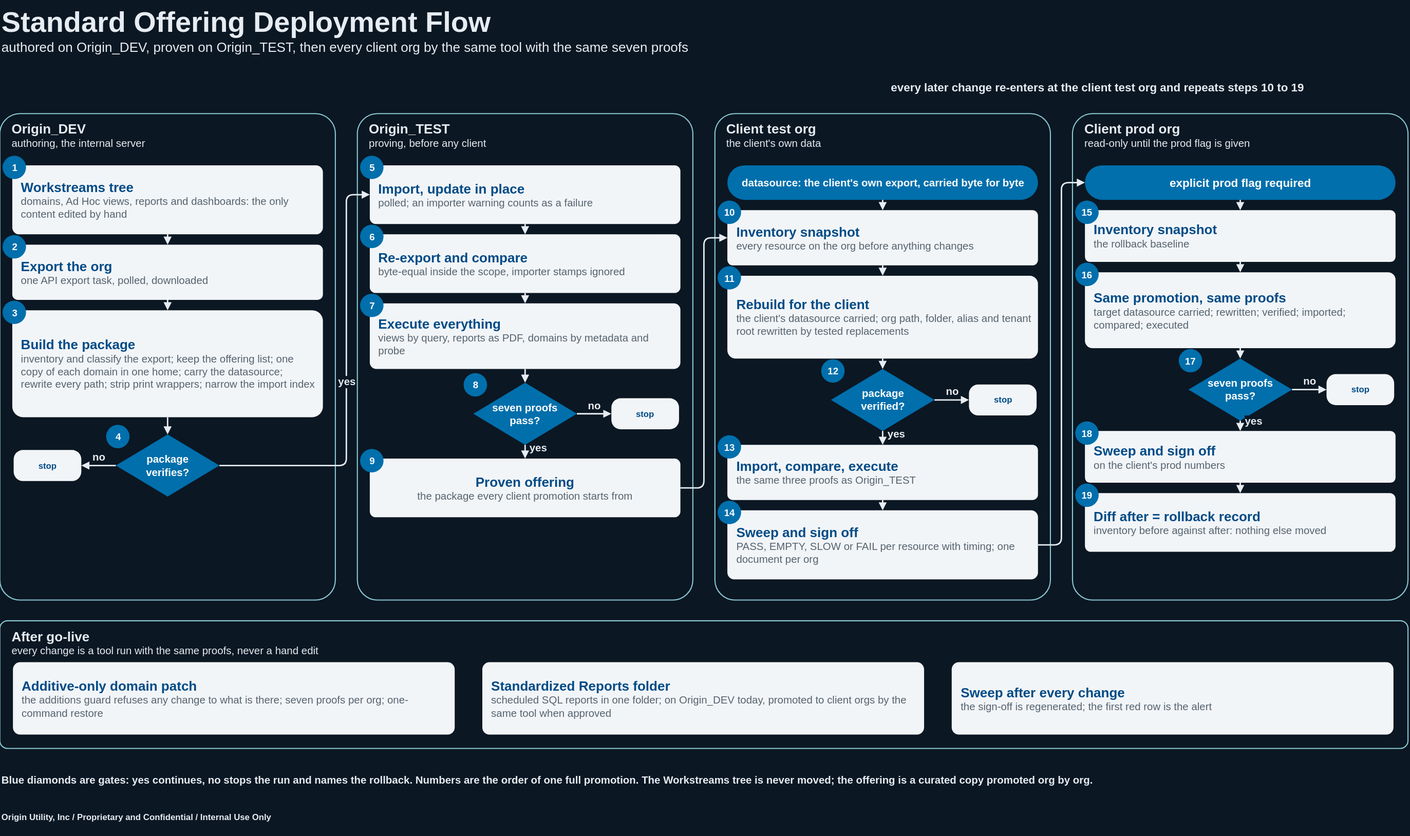
This is jaspersoft/docs/deployment_deck/visuals/standard_offering_deployment_flow.drawio.svg from chasepowers59/OriginBA, a draw.io export, as it was before one commit. Source tidied: cells renumbered, new cells last; positions are measured from the earlier drawing's top-left corner, leaving out a move shared by most shapes.
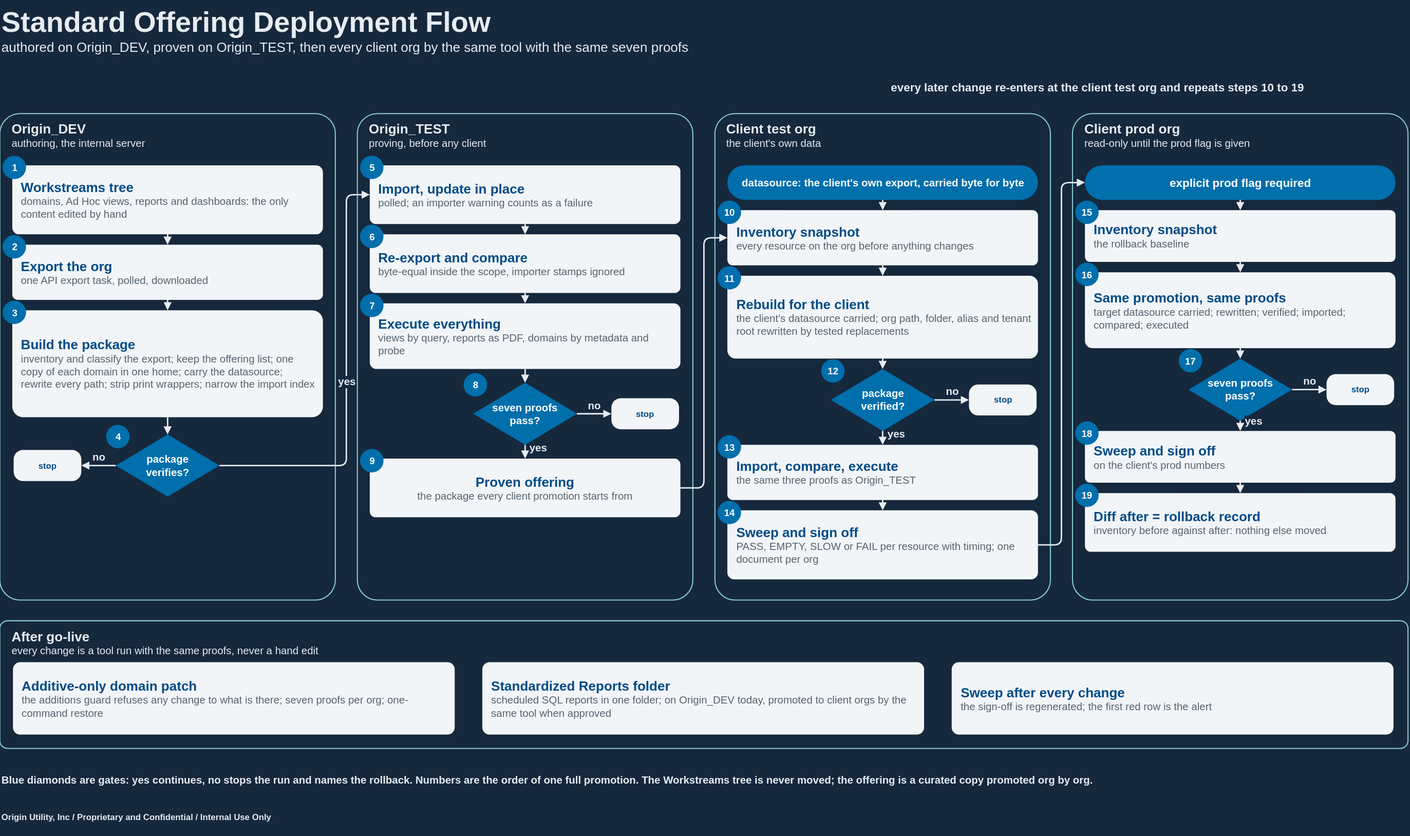
The same diagram one commit later.

Diff of the diagram source:
```diff
@@ -1,2 +1,2 @@
-<mxGraphModel background="#0B1723">
+<mxGraphModel background="#16283C">
   <root>
@@ -46,12 +46,12 @@
     </mxCell>
-    <mxCell id="16" style="html=1;whiteSpace=nowrap;fontFamily=Arial;edgeStyle=orthogonalEdgeStyle;rounded=1;strokeColor=#E6ECF2;strokeWidth=2;endArrow=block;endFill=1;fontColor=#E6ECF2;fontSize=14.6;fontStyle=1;labelBackgroundColor=#0B1723;" parent="6" edge="1" source="7" target="9">
+    <mxCell id="16" style="html=1;whiteSpace=nowrap;fontFamily=Arial;edgeStyle=orthogonalEdgeStyle;rounded=1;strokeColor=#E6ECF2;strokeWidth=2;endArrow=block;endFill=1;fontColor=#E6ECF2;fontSize=14.6;fontStyle=1;labelBackgroundColor=#16283C;" parent="6" edge="1" source="7" target="9">
       <mxGeometry relative="1" as="geometry" />
     </mxCell>
-    <mxCell id="17" style="html=1;whiteSpace=nowrap;fontFamily=Arial;edgeStyle=orthogonalEdgeStyle;rounded=1;strokeColor=#E6ECF2;strokeWidth=2;endArrow=block;endFill=1;fontColor=#E6ECF2;fontSize=14.6;fontStyle=1;labelBackgroundColor=#0B1723;" parent="6" edge="1" source="9" target="11">
+    <mxCell id="17" style="html=1;whiteSpace=nowrap;fontFamily=Arial;edgeStyle=orthogonalEdgeStyle;rounded=1;strokeColor=#E6ECF2;strokeWidth=2;endArrow=block;endFill=1;fontColor=#E6ECF2;fontSize=14.6;fontStyle=1;labelBackgroundColor=#16283C;" parent="6" edge="1" source="9" target="11">
       <mxGeometry relative="1" as="geometry" />
     </mxCell>
-    <mxCell id="18" style="html=1;whiteSpace=nowrap;fontFamily=Arial;edgeStyle=orthogonalEdgeStyle;rounded=1;strokeColor=#E6ECF2;strokeWidth=2;endArrow=block;endFill=1;fontColor=#E6ECF2;fontSize=14.6;fontStyle=1;labelBackgroundColor=#0B1723;" parent="6" edge="1" source="11" target="13">
+    <mxCell id="18" style="html=1;whiteSpace=nowrap;fontFamily=Arial;edgeStyle=orthogonalEdgeStyle;rounded=1;strokeColor=#E6ECF2;strokeWidth=2;endArrow=block;endFill=1;fontColor=#E6ECF2;fontSize=14.6;fontStyle=1;labelBackgroundColor=#16283C;" parent="6" edge="1" source="11" target="13">
       <mxGeometry relative="1" as="geometry" />
     </mxCell>
-    <mxCell id="19" value="no" style="html=1;whiteSpace=nowrap;fontFamily=Arial;edgeStyle=orthogonalEdgeStyle;rounded=1;strokeColor=#E6ECF2;strokeWidth=2;endArrow=block;endFill=1;fontColor=#E6ECF2;fontSize=14.6;fontStyle=1;labelBackgroundColor=#0B1723;" parent="6" edge="1" source="13" target="15">
+    <mxCell id="19" value="no" style="html=1;whiteSpace=nowrap;fontFamily=Arial;edgeStyle=orthogonalEdgeStyle;rounded=1;strokeColor=#E6ECF2;strokeWidth=2;endArrow=block;endFill=1;fontColor=#E6ECF2;fontSize=14.6;fontStyle=1;labelBackgroundColor=#16283C;" parent="6" edge="1" source="13" target="15">
       <mxGeometry relative="1" as="geometry">
@@ -96,12 +96,12 @@
     </mxCell>
-    <mxCell id="32" style="html=1;whiteSpace=nowrap;fontFamily=Arial;edgeStyle=orthogonalEdgeStyle;rounded=1;strokeColor=#E6ECF2;strokeWidth=2;endArrow=block;endFill=1;fontColor=#E6ECF2;fontSize=14.6;fontStyle=1;labelBackgroundColor=#0B1723;" parent="20" edge="1" source="21" target="23">
+    <mxCell id="32" style="html=1;whiteSpace=nowrap;fontFamily=Arial;edgeStyle=orthogonalEdgeStyle;rounded=1;strokeColor=#E6ECF2;strokeWidth=2;endArrow=block;endFill=1;fontColor=#E6ECF2;fontSize=14.6;fontStyle=1;labelBackgroundColor=#16283C;" parent="20" edge="1" source="21" target="23">
       <mxGeometry relative="1" as="geometry" />
     </mxCell>
-    <mxCell id="33" style="html=1;whiteSpace=nowrap;fontFamily=Arial;edgeStyle=orthogonalEdgeStyle;rounded=1;strokeColor=#E6ECF2;strokeWidth=2;endArrow=block;endFill=1;fontColor=#E6ECF2;fontSize=14.6;fontStyle=1;labelBackgroundColor=#0B1723;" parent="20" edge="1" source="23" target="25">
+    <mxCell id="33" style="html=1;whiteSpace=nowrap;fontFamily=Arial;edgeStyle=orthogonalEdgeStyle;rounded=1;strokeColor=#E6ECF2;strokeWidth=2;endArrow=block;endFill=1;fontColor=#E6ECF2;fontSize=14.6;fontStyle=1;labelBackgroundColor=#16283C;" parent="20" edge="1" source="23" target="25">
       <mxGeometry relative="1" as="geometry" />
     </mxCell>
-    <mxCell id="34" style="html=1;whiteSpace=nowrap;fontFamily=Arial;edgeStyle=orthogonalEdgeStyle;rounded=1;strokeColor=#E6ECF2;strokeWidth=2;endArrow=block;endFill=1;fontColor=#E6ECF2;fontSize=14.6;fontStyle=1;labelBackgroundColor=#0B1723;" parent="20" edge="1" source="25" target="27">
+    <mxCell id="34" style="html=1;whiteSpace=nowrap;fontFamily=Arial;edgeStyle=orthogonalEdgeStyle;rounded=1;strokeColor=#E6ECF2;strokeWidth=2;endArrow=block;endFill=1;fontColor=#E6ECF2;fontSize=14.6;fontStyle=1;labelBackgroundColor=#16283C;" parent="20" edge="1" source="25" target="27">
       <mxGeometry relative="1" as="geometry" />
     </mxCell>
-    <mxCell id="35" value="no" style="html=1;whiteSpace=nowrap;fontFamily=Arial;edgeStyle=orthogonalEdgeStyle;rounded=1;strokeColor=#E6ECF2;strokeWidth=2;endArrow=block;endFill=1;fontColor=#E6ECF2;fontSize=14.6;fontStyle=1;labelBackgroundColor=#0B1723;" parent="20" edge="1" source="27" target="29">
+    <mxCell id="35" value="no" style="html=1;whiteSpace=nowrap;fontFamily=Arial;edgeStyle=orthogonalEdgeStyle;rounded=1;strokeColor=#E6ECF2;strokeWidth=2;endArrow=block;endFill=1;fontColor=#E6ECF2;fontSize=14.6;fontStyle=1;labelBackgroundColor=#16283C;" parent="20" edge="1" source="27" target="29">
       <mxGeometry relative="1" as="geometry">
@@ -110,3 +110,3 @@
     </mxCell>
-    <mxCell id="36" value="yes" style="html=1;whiteSpace=nowrap;fontFamily=Arial;edgeStyle=orthogonalEdgeStyle;rounded=1;strokeColor=#E6ECF2;strokeWidth=2;endArrow=block;endFill=1;fontColor=#E6ECF2;fontSize=14.6;fontStyle=1;labelBackgroundColor=#0B1723;" parent="20" edge="1" source="27" target="30">
+    <mxCell id="36" value="yes" style="html=1;whiteSpace=nowrap;fontFamily=Arial;edgeStyle=orthogonalEdgeStyle;rounded=1;strokeColor=#E6ECF2;strokeWidth=2;endArrow=block;endFill=1;fontColor=#E6ECF2;fontSize=14.6;fontStyle=1;labelBackgroundColor=#16283C;" parent="20" edge="1" source="27" target="30">
       <mxGeometry relative="1" as="geometry">
@@ -154,12 +154,12 @@
     </mxCell>
-    <mxCell id="50" style="html=1;whiteSpace=nowrap;fontFamily=Arial;edgeStyle=orthogonalEdgeStyle;rounded=1;strokeColor=#E6ECF2;strokeWidth=2;endArrow=block;endFill=1;fontColor=#E6ECF2;fontSize=14.6;fontStyle=1;labelBackgroundColor=#0B1723;" parent="37" edge="1" source="38" target="39">
+    <mxCell id="50" style="html=1;whiteSpace=nowrap;fontFamily=Arial;edgeStyle=orthogonalEdgeStyle;rounded=1;strokeColor=#E6ECF2;strokeWidth=2;endArrow=block;endFill=1;fontColor=#E6ECF2;fontSize=14.6;fontStyle=1;labelBackgroundColor=#16283C;" parent="37" edge="1" source="38" target="39">
       <mxGeometry relative="1" as="geometry" />
     </mxCell>
-    <mxCell id="51" style="html=1;whiteSpace=nowrap;fontFamily=Arial;edgeStyle=orthogonalEdgeStyle;rounded=1;strokeColor=#E6ECF2;strokeWidth=2;endArrow=block;endFill=1;fontColor=#E6ECF2;fontSize=14.6;fontStyle=1;labelBackgroundColor=#0B1723;" parent="37" edge="1" source="39" target="41">
+    <mxCell id="51" style="html=1;whiteSpace=nowrap;fontFamily=Arial;edgeStyle=orthogonalEdgeStyle;rounded=1;strokeColor=#E6ECF2;strokeWidth=2;endArrow=block;endFill=1;fontColor=#E6ECF2;fontSize=14.6;fontStyle=1;labelBackgroundColor=#16283C;" parent="37" edge="1" source="39" target="41">
       <mxGeometry relative="1" as="geometry" />
     </mxCell>
-    <mxCell id="52" style="html=1;whiteSpace=nowrap;fontFamily=Arial;edgeStyle=orthogonalEdgeStyle;rounded=1;strokeColor=#E6ECF2;strokeWidth=2;endArrow=block;endFill=1;fontColor=#E6ECF2;fontSize=14.6;fontStyle=1;labelBackgroundColor=#0B1723;" parent="37" edge="1" source="41" target="43">
+    <mxCell id="52" style="html=1;whiteSpace=nowrap;fontFamily=Arial;edgeStyle=orthogonalEdgeStyle;rounded=1;strokeColor=#E6ECF2;strokeWidth=2;endArrow=block;endFill=1;fontColor=#E6ECF2;fontSize=14.6;fontStyle=1;labelBackgroundColor=#16283C;" parent="37" edge="1" source="41" target="43">
       <mxGeometry relative="1" as="geometry" />
     </mxCell>
-    <mxCell id="53" value="no" style="html=1;whiteSpace=nowrap;fontFamily=Arial;edgeStyle=orthogonalEdgeStyle;rounded=1;strokeColor=#E6ECF2;strokeWidth=2;endArrow=block;endFill=1;fontColor=#E6ECF2;fontSize=14.6;fontStyle=1;labelBackgroundColor=#0B1723;" parent="37" edge="1" source="43" target="45">
+    <mxCell id="53" value="no" style="html=1;whiteSpace=nowrap;fontFamily=Arial;edgeStyle=orthogonalEdgeStyle;rounded=1;strokeColor=#E6ECF2;strokeWidth=2;endArrow=block;endFill=1;fontColor=#E6ECF2;fontSize=14.6;fontStyle=1;labelBackgroundColor=#16283C;" parent="37" edge="1" source="43" target="45">
       <mxGeometry relative="1" as="geometry">
@@ -168,3 +168,3 @@
     </mxCell>
-    <mxCell id="54" value="yes" style="html=1;whiteSpace=nowrap;fontFamily=Arial;edgeStyle=orthogonalEdgeStyle;rounded=1;strokeColor=#E6ECF2;strokeWidth=2;endArrow=block;endFill=1;fontColor=#E6ECF2;fontSize=14.6;fontStyle=1;labelBackgroundColor=#0B1723;" parent="37" edge="1" source="43" target="46">
+    <mxCell id="54" value="yes" style="html=1;whiteSpace=nowrap;fontFamily=Arial;edgeStyle=orthogonalEdgeStyle;rounded=1;strokeColor=#E6ECF2;strokeWidth=2;endArrow=block;endFill=1;fontColor=#E6ECF2;fontSize=14.6;fontStyle=1;labelBackgroundColor=#16283C;" parent="37" edge="1" source="43" target="46">
       <mxGeometry relative="1" as="geometry">
@@ -173,3 +173,3 @@
     </mxCell>
-    <mxCell id="55" style="html=1;whiteSpace=nowrap;fontFamily=Arial;edgeStyle=orthogonalEdgeStyle;rounded=1;strokeColor=#E6ECF2;strokeWidth=2;endArrow=block;endFill=1;fontColor=#E6ECF2;fontSize=14.6;fontStyle=1;labelBackgroundColor=#0B1723;" parent="37" edge="1" source="46" target="48">
+    <mxCell id="55" style="html=1;whiteSpace=nowrap;fontFamily=Arial;edgeStyle=orthogonalEdgeStyle;rounded=1;strokeColor=#E6ECF2;strokeWidth=2;endArrow=block;endFill=1;fontColor=#E6ECF2;fontSize=14.6;fontStyle=1;labelBackgroundColor=#16283C;" parent="37" edge="1" source="46" target="48">
       <mxGeometry relative="1" as="geometry" />
@@ -215,12 +215,12 @@
     </mxCell>
-    <mxCell id="69" style="html=1;whiteSpace=nowrap;fontFamily=Arial;edgeStyle=orthogonalEdgeStyle;rounded=1;strokeColor=#E6ECF2;strokeWidth=2;endArrow=block;endFill=1;fontColor=#E6ECF2;fontSize=14.6;fontStyle=1;labelBackgroundColor=#0B1723;" parent="56" edge="1" source="57" target="58">
+    <mxCell id="69" style="html=1;whiteSpace=nowrap;fontFamily=Arial;edgeStyle=orthogonalEdgeStyle;rounded=1;strokeColor=#E6ECF2;strokeWidth=2;endArrow=block;endFill=1;fontColor=#E6ECF2;fontSize=14.6;fontStyle=1;labelBackgroundColor=#16283C;" parent="56" edge="1" source="57" target="58">
       <mxGeometry relative="1" as="geometry" />
     </mxCell>
-    <mxCell id="70" style="html=1;whiteSpace=nowrap;fontFamily=Arial;edgeStyle=orthogonalEdgeStyle;rounded=1;strokeColor=#E6ECF2;strokeWidth=2;endArrow=block;endFill=1;fontColor=#E6ECF2;fontSize=14.6;fontStyle=1;labelBackgroundColor=#0B1723;" parent="56" edge="1" source="58" target="60">
+    <mxCell id="70" style="html=1;whiteSpace=nowrap;fontFamily=Arial;edgeStyle=orthogonalEdgeStyle;rounded=1;strokeColor=#E6ECF2;strokeWidth=2;endArrow=block;endFill=1;fontColor=#E6ECF2;fontSize=14.6;fontStyle=1;labelBackgroundColor=#16283C;" parent="56" edge="1" source="58" target="60">
       <mxGeometry relative="1" as="geometry" />
     </mxCell>
-    <mxCell id="71" style="html=1;whiteSpace=nowrap;fontFamily=Arial;edgeStyle=orthogonalEdgeStyle;rounded=1;strokeColor=#E6ECF2;strokeWidth=2;endArrow=block;endFill=1;fontColor=#E6ECF2;fontSize=14.6;fontStyle=1;labelBackgroundColor=#0B1723;" parent="56" edge="1" source="60" target="62">
+    <mxCell id="71" style="html=1;whiteSpace=nowrap;fontFamily=Arial;edgeStyle=orthogonalEdgeStyle;rounded=1;strokeColor=#E6ECF2;strokeWidth=2;endArrow=block;endFill=1;fontColor=#E6ECF2;fontSize=14.6;fontStyle=1;labelBackgroundColor=#16283C;" parent="56" edge="1" source="60" target="62">
       <mxGeometry relative="1" as="geometry" />
     </mxCell>
-    <mxCell id="72" value="no" style="html=1;whiteSpace=nowrap;fontFamily=Arial;edgeStyle=orthogonalEdgeStyle;rounded=1;strokeColor=#E6ECF2;strokeWidth=2;endArrow=block;endFill=1;fontColor=#E6ECF2;fontSize=14.6;fontStyle=1;labelBackgroundColor=#0B1723;" parent="56" edge="1" source="62" target="64">
+    <mxCell id="72" value="no" style="html=1;whiteSpace=nowrap;fontFamily=Arial;edgeStyle=orthogonalEdgeStyle;rounded=1;strokeColor=#E6ECF2;strokeWidth=2;endArrow=block;endFill=1;fontColor=#E6ECF2;fontSize=14.6;fontStyle=1;labelBackgroundColor=#16283C;" parent="56" edge="1" source="62" target="64">
       <mxGeometry relative="1" as="geometry">
@@ -229,3 +229,3 @@
     </mxCell>
-    <mxCell id="73" value="yes" style="html=1;whiteSpace=nowrap;fontFamily=Arial;edgeStyle=orthogonalEdgeStyle;rounded=1;strokeColor=#E6ECF2;strokeWidth=2;endArrow=block;endFill=1;fontColor=#E6ECF2;fontSize=14.6;fontStyle=1;labelBackgroundColor=#0B1723;" parent="56" edge="1" source="62" target="65">
+    <mxCell id="73" value="yes" style="html=1;whiteSpace=nowrap;fontFamily=Arial;edgeStyle=orthogonalEdgeStyle;rounded=1;strokeColor=#E6ECF2;strokeWidth=2;endArrow=block;endFill=1;fontColor=#E6ECF2;fontSize=14.6;fontStyle=1;labelBackgroundColor=#16283C;" parent="56" edge="1" source="62" target="65">
       <mxGeometry relative="1" as="geometry">
@@ -234,3 +234,3 @@
     </mxCell>
-    <mxCell id="74" style="html=1;whiteSpace=nowrap;fontFamily=Arial;edgeStyle=orthogonalEdgeStyle;rounded=1;strokeColor=#E6ECF2;strokeWidth=2;endArrow=block;endFill=1;fontColor=#E6ECF2;fontSize=14.6;fontStyle=1;labelBackgroundColor=#0B1723;" parent="56" edge="1" source="65" target="67">
+    <mxCell id="74" style="html=1;whiteSpace=nowrap;fontFamily=Arial;edgeStyle=orthogonalEdgeStyle;rounded=1;strokeColor=#E6ECF2;strokeWidth=2;endArrow=block;endFill=1;fontColor=#E6ECF2;fontSize=14.6;fontStyle=1;labelBackgroundColor=#16283C;" parent="56" edge="1" source="65" target="67">
       <mxGeometry relative="1" as="geometry" />
@@ -240,3 +240,3 @@
     </mxCell>
-    <mxCell id="76" value="yes" style="html=1;whiteSpace=nowrap;fontFamily=Arial;edgeStyle=orthogonalEdgeStyle;rounded=1;strokeColor=#E6ECF2;strokeWidth=2;endArrow=block;endFill=1;fontColor=#E6ECF2;fontSize=14.6;fontStyle=1;labelBackgroundColor=#0B1723;exitX=1;exitY=0.5;exitDx=0;exitDy=0;entryX=0;entryY=0.5;entryDx=0;entryDy=0;" parent="1" edge="1" source="13" target="21">
+    <mxCell id="76" value="yes" style="html=1;whiteSpace=nowrap;fontFamily=Arial;edgeStyle=orthogonalEdgeStyle;rounded=1;strokeColor=#E6ECF2;strokeWidth=2;endArrow=block;endFill=1;fontColor=#E6ECF2;fontSize=14.6;fontStyle=1;labelBackgroundColor=#16283C;exitX=1;exitY=0.5;exitDx=0;exitDy=0;entryX=0;entryY=0.5;entryDx=0;entryDy=0;" parent="1" edge="1" source="13" target="21">
       <mxGeometry relative="1" as="geometry">
@@ -248,3 +248,3 @@
     </mxCell>
-    <mxCell id="77" style="html=1;whiteSpace=nowrap;fontFamily=Arial;edgeStyle=orthogonalEdgeStyle;rounded=1;strokeColor=#E6ECF2;strokeWidth=2;endArrow=block;endFill=1;fontColor=#E6ECF2;fontSize=14.6;fontStyle=1;labelBackgroundColor=#0B1723;exitX=1;exitY=0.5;exitDx=0;exitDy=0;entryX=0;entryY=0.5;entryDx=0;entryDy=0;" parent="1" edge="1" source="30" target="39">
+    <mxCell id="77" style="html=1;whiteSpace=nowrap;fontFamily=Arial;edgeStyle=orthogonalEdgeStyle;rounded=1;strokeColor=#E6ECF2;strokeWidth=2;endArrow=block;endFill=1;fontColor=#E6ECF2;fontSize=14.6;fontStyle=1;labelBackgroundColor=#16283C;exitX=1;exitY=0.5;exitDx=0;exitDy=0;entryX=0;entryY=0.5;entryDx=0;entryDy=0;" parent="1" edge="1" source="30" target="39">
       <mxGeometry relative="1" as="geometry">
@@ -256,3 +256,3 @@
     </mxCell>
-    <mxCell id="78" style="html=1;whiteSpace=nowrap;fontFamily=Arial;edgeStyle=orthogonalEdgeStyle;rounded=1;strokeColor=#E6ECF2;strokeWidth=2;endArrow=block;endFill=1;fontColor=#E6ECF2;fontSize=14.6;fontStyle=1;labelBackgroundColor=#0B1723;exitX=1;exitY=0.5;exitDx=0;exitDy=0;entryX=0;entryY=0.5;entryDx=0;entryDy=0;" parent="1" edge="1" source="48" target="57">
+    <mxCell id="78" style="html=1;whiteSpace=nowrap;fontFamily=Arial;edgeStyle=orthogonalEdgeStyle;rounded=1;strokeColor=#E6ECF2;strokeWidth=2;endArrow=block;endFill=1;fontColor=#E6ECF2;fontSize=14.6;fontStyle=1;labelBackgroundColor=#16283C;exitX=1;exitY=0.5;exitDx=0;exitDy=0;entryX=0;entryY=0.5;entryDx=0;entryDy=0;" parent="1" edge="1" source="48" target="57">
       <mxGeometry relative="1" as="geometry">
@@ -264,3 +264,3 @@
     </mxCell>
-    <mxCell id="79" style="html=1;whiteSpace=nowrap;fontFamily=Arial;edgeStyle=orthogonalEdgeStyle;rounded=1;strokeColor=#E6ECF2;strokeWidth=2;endArrow=block;endFill=1;fontColor=#E6ECF2;fontSize=14.6;fontStyle=1;labelBackgroundColor=#0B1723;exitX=0.5;exitY=1;exitDx=0;exitDy=0;entryX=0.5;entryY=0;entryDx=0;entryDy=0;" parent="1" edge="1" source="67" target="5">
+    <mxCell id="79" style="html=1;whiteSpace=nowrap;fontFamily=Arial;edgeStyle=orthogonalEdgeStyle;rounded=1;strokeColor=#E6ECF2;strokeWidth=2;endArrow=block;endFill=1;fontColor=#E6ECF2;fontSize=14.6;fontStyle=1;labelBackgroundColor=#16283C;exitX=0.5;exitY=1;exitDx=0;exitDy=0;entryX=0.5;entryY=0;entryDx=0;entryDy=0;" parent="1" edge="1" source="67" target="5">
       <mxGeometry relative="1" as="geometry">
@@ -272,3 +272,3 @@
     </mxCell>
-    <mxCell id="80" style="html=1;whiteSpace=nowrap;fontFamily=Arial;edgeStyle=orthogonalEdgeStyle;rounded=1;strokeColor=#E6ECF2;strokeWidth=2;endArrow=block;endFill=1;fontColor=#E6ECF2;fontSize=14.6;fontStyle=1;labelBackgroundColor=#0B1723;exitX=1;exitY=0.5;exitDx=0;exitDy=0;entryX=0.5;entryY=0;entryDx=0;entryDy=0;" parent="1" edge="1" source="5" target="38">
+    <mxCell id="80" style="html=1;whiteSpace=nowrap;fontFamily=Arial;edgeStyle=orthogonalEdgeStyle;rounded=1;strokeColor=#E6ECF2;strokeWidth=2;endArrow=block;endFill=1;fontColor=#E6ECF2;fontSize=14.6;fontStyle=1;labelBackgroundColor=#16283C;exitX=1;exitY=0.5;exitDx=0;exitDy=0;entryX=0.5;entryY=0;entryDx=0;entryDy=0;" parent="1" edge="1" source="5" target="38">
       <mxGeometry relative="1" as="geometry">
```
